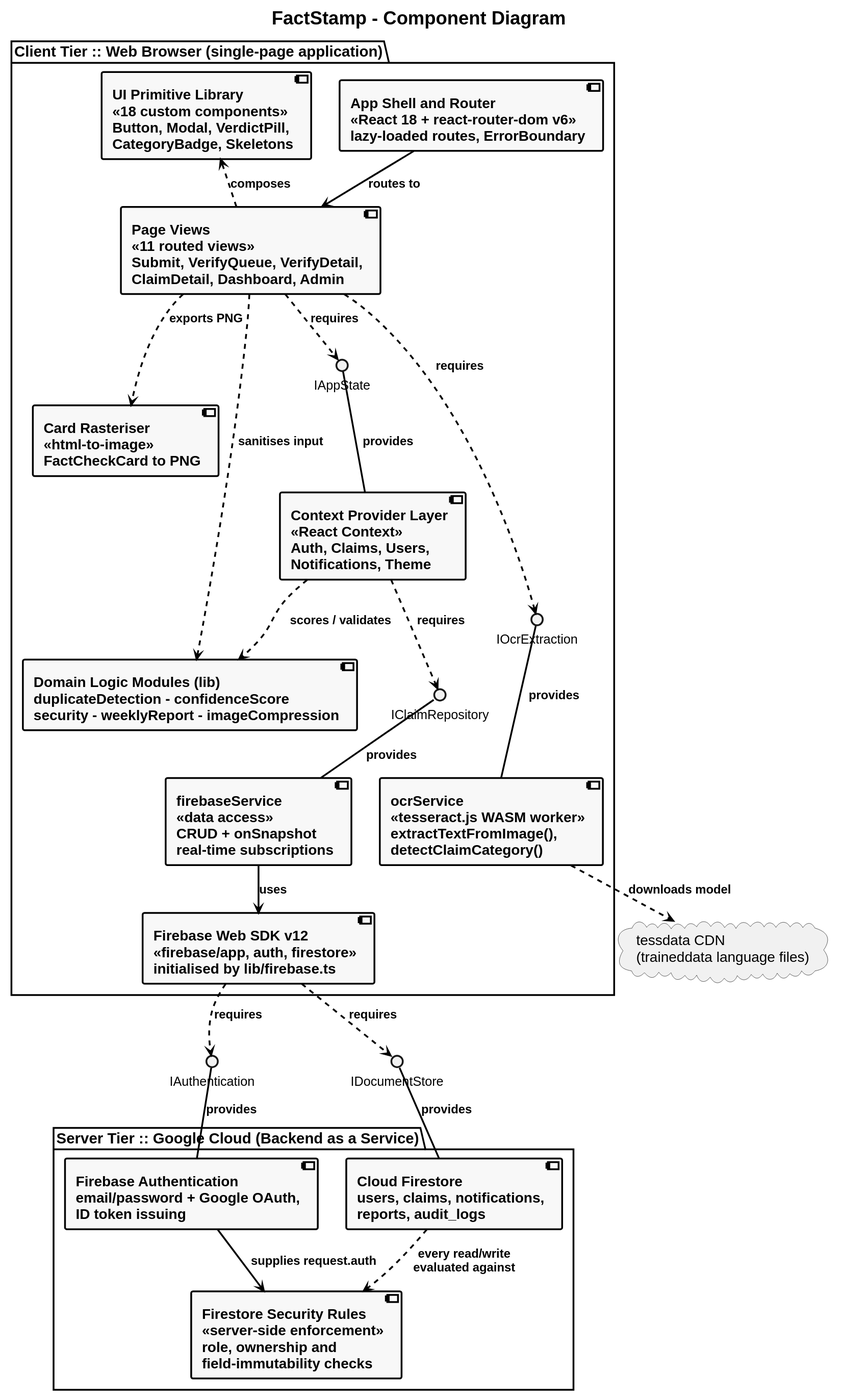
The PlantUML diagram FactStamp/black_book_draft/03_Requirements_and_Analysis/attachments/component_diagram.svg in aadish0day/typst, before a commit. The source it was exported from:
```plantuml
@startuml
skinparam style strictuml
skinparam monochrome true
skinparam defaultFontName "Liberation Sans"
skinparam defaultFontSize 20
skinparam defaultFontStyle bold
skinparam titleFontSize 26
skinparam titleFontStyle bold

skinparam backgroundColor white
skinparam ArrowColor black
skinparam ArrowThickness 2.5
skinparam ArrowFontSize 17
skinparam ArrowFontStyle bold

skinparam RectangleBorderColor black
skinparam RectangleBorderThickness 2.5
skinparam RectangleBackgroundColor transparent
skinparam RectangleFontSize 20
skinparam RectangleFontStyle bold

skinparam ComponentBorderColor black
skinparam ComponentBorderThickness 2.5
skinparam ComponentBackgroundColor #F8F9FA
skinparam ComponentFontSize 20
skinparam ComponentFontStyle bold

title FactStamp - Component Diagram

skinparam InterfaceBorderThickness 2.5
skinparam InterfaceFontSize 18
skinparam PackageFontSize 21
skinparam PackageBorderThickness 2.5
skinparam Ranksep 45
skinparam Nodesep 40

package "Client Tier :: Web Browser (single-page application)" as CLIENT {

  component "App Shell and Router\n<<React 18 + react-router-dom v6>>\nlazy-loaded routes, ErrorBoundary" as SHELL

  component "Page Views\n<<11 routed views>>\nSubmit, VerifyQueue, VerifyDetail,\nClaimDetail, Dashboard, Admin" as VIEWS
  component "UI Primitive Library\n<<18 custom components>>\nButton, Modal, VerdictPill,\nCategoryBadge, Skeletons" as UIKIT

  interface "IAppState" as I_STATE
  component "Context Provider Layer\n<<React Context>>\nAuth, Claims, Users,\nNotifications, Theme" as CTX

  interface "IOcrExtraction" as I_OCR
  interface "IClaimRepository" as I_REPO

  component "ocrService\n<<tesseract.js WASM worker>>\nextractTextFromImage(),\ndetectClaimCategory()" as OCR
  component "firebaseService\n<<data access>>\nCRUD + onSnapshot\nreal-time subscriptions" as FSVC

  component "Domain Logic Modules (lib)\nduplicateDetection - confidenceScore\nsecurity - weeklyReport - imageCompression" as DOMAIN

  component "Card Rasteriser\n<<html-to-image>>\nFactCheckCard to PNG" as CARD

  component "Firebase Web SDK v12\n<<firebase/app, auth, firestore>>\ninitialised by lib/firebase.ts" as SDK
}

interface "IAuthentication" as I_AUTH
interface "IDocumentStore" as I_DB

package "Server Tier :: Google Cloud (Backend as a Service)" as CLOUD {
  component "Firebase Authentication\nemail/password + Google OAuth,\nID token issuing" as FBAUTH
  component "Cloud Firestore\nusers, claims, notifications,\nreports, audit_logs" as FSTORE
  component "Firestore Security Rules\n<<server-side enforcement>>\nrole, ownership and\nfield-immutability checks" as RULES
}

cloud "tessdata CDN\n(traineddata language files)" as CDN

SHELL --> VIEWS : routes to
VIEWS ..> UIKIT : composes
VIEWS ..> I_STATE : requires
I_STATE -- CTX : provides
VIEWS ..> I_OCR : requires
VIEWS ..> CARD : exports PNG
CTX ..> I_REPO : requires
CTX ..> DOMAIN : scores / validates
VIEWS ..> DOMAIN : sanitises input
I_OCR -- OCR : provides
I_REPO -- FSVC : provides
OCR ..> CDN : downloads model
FSVC --> SDK : uses
SDK ..> I_AUTH : requires
SDK ..> I_DB : requires
I_AUTH -- FBAUTH : provides
I_DB -- FSTORE : provides
FSTORE ..> RULES : every read/write\nevaluated against
FBAUTH --> RULES : supplies request.auth

DOMAIN -[hidden]down- SDK
OCR -[hidden]down- SDK
UIKIT -[hidden]right- VIEWS
OCR -[hidden]right- FSVC
CARD -[hidden]right- DOMAIN
@enduml
```
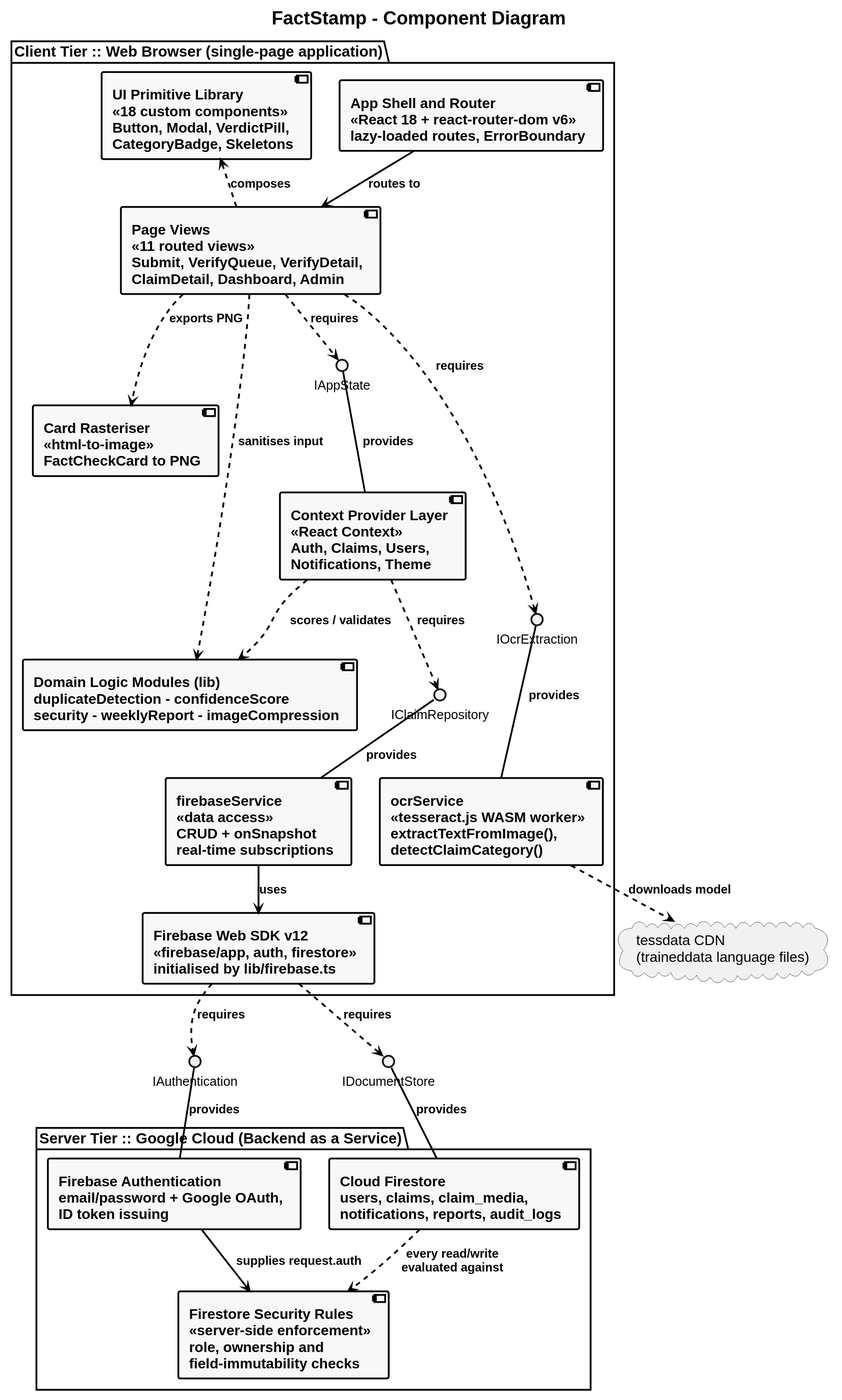
The same file after the commit.

Change to the diagram source:
```diff
@@ -62,7 +62,7 @@
 
 package "Server Tier :: Google Cloud (Backend as a Service)" as CLOUD {
   component "Firebase Authentication\nemail/password + Google OAuth,\nID token issuing" as FBAUTH
-  component "Cloud Firestore\nusers, claims, notifications,\nreports, audit_logs" as FSTORE
+  component "Cloud Firestore\nusers, claims, claim_media,\nnotifications, reports, audit_logs" as FSTORE
   component "Firestore Security Rules\n<<server-side enforcement>>\nrole, ownership and\nfield-immutability checks" as RULES
 }
 
```
